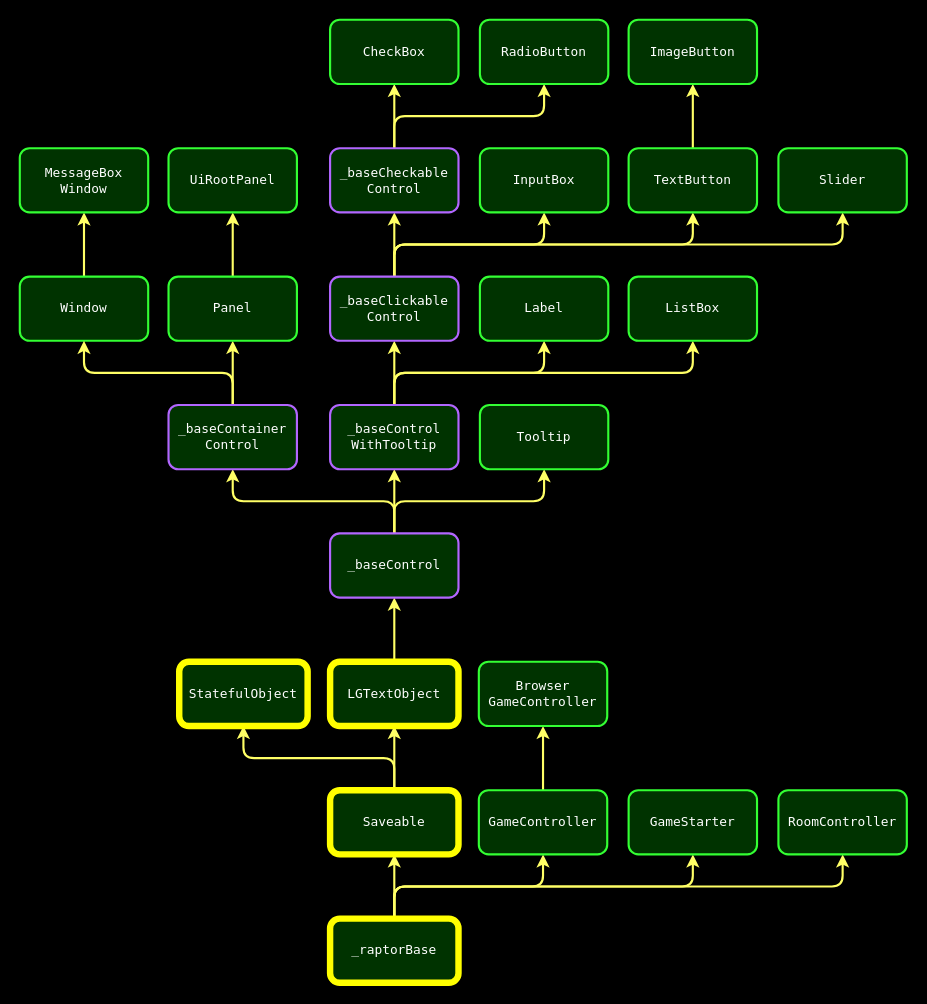
Earlier version of the draw.io diagram _assets_/documentation/raptor-objects.drawio (Grisgram/gml-raptor). Source tidied: cells renumbered, new cells numbered last; positions are measured from the earlier drawing's top-left corner, leaving out a move shared by most shapes. Both pictures are drawn from the tidied source at 107%, with x=0, y=0 at pixel (19, 19).
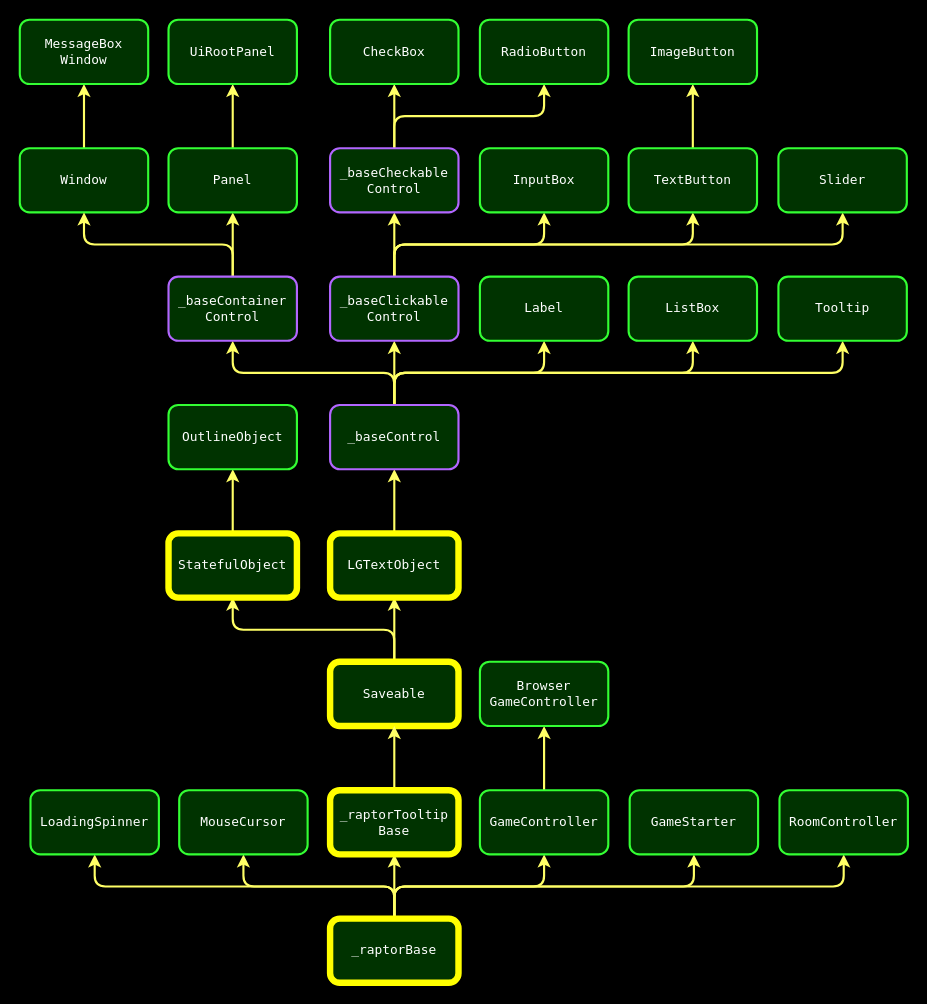
After the change.

Unchanged cells that the change refers to:
```xml
<mxCell id="6" value="&lt;font face=&quot;Lucida Console&quot;&gt;_raptorBase&lt;/font&gt;" style="rounded=1;whiteSpace=wrap;html=1;fillColor=#003300;strokeColor=#FFFF00;fontColor=#FFFFFF;strokeWidth=6;" parent="1" vertex="1">
  <mxGeometry x="290" y="840" width="120" height="60" as="geometry" />
</mxCell>
<mxCell id="33" value="&lt;font face=&quot;Lucida Console&quot;&gt;_baseClickable&lt;br&gt;Control&lt;br&gt;&lt;/font&gt;" style="rounded=1;whiteSpace=wrap;html=1;fillColor=#003300;strokeColor=#B266FF;fontColor=#FFFFFF;strokeWidth=2;" parent="1" vertex="1">
  <mxGeometry x="290" y="240" width="120" height="60" as="geometry" />
</mxCell>
<mxCell id="34" value="&lt;font face=&quot;Lucida Console&quot;&gt;Label&lt;br&gt;&lt;/font&gt;" style="rounded=1;whiteSpace=wrap;html=1;fillColor=#003300;strokeColor=#33FF33;fontColor=#FFFFFF;strokeWidth=2;" parent="1" vertex="1">
  <mxGeometry x="430" y="240" width="120" height="60" as="geometry" />
</mxCell>
<mxCell id="52" value="&lt;font face=&quot;Lucida Console&quot;&gt;ListBox&lt;br&gt;&lt;/font&gt;" style="rounded=1;whiteSpace=wrap;html=1;fillColor=#003300;strokeColor=#33FF33;fontColor=#FFFFFF;strokeWidth=2;" parent="1" vertex="1">
  <mxGeometry x="569" y="240" width="120" height="60" as="geometry" />
</mxCell>
```

Diff of the diagram source:
```diff
@@
-    <mxCell id="5" style="edgeStyle=orthogonalEdgeStyle;shape=connector;rounded=1;jettySize=auto;html=1;exitX=0.5;exitY=0;exitDx=0;exitDy=0;entryX=0.5;entryY=1;entryDx=0;entryDy=0;labelBackgroundColor=default;fontFamily=Helvetica;fontSize=12;fontColor=#FFFFFF;endArrow=classic;strokeColor=#FFFF66;strokeWidth=2;" parent="1" edge="1" source="6" target="10">
-      <mxGeometry relative="1" as="geometry" />
-    </mxCell>
+    <mxCell id="53" style="edgeStyle=orthogonalEdgeStyle;rounded=1;jettySize=auto;html=1;exitX=0.5;exitY=0;exitDx=0;exitDy=0;entryX=0.5;entryY=1;entryDx=0;entryDy=0;strokeColor=#FFFF66;strokeWidth=2;align=center;verticalAlign=middle;fontFamily=Helvetica;fontSize=12;fontColor=#FFFFFF;labelBackgroundColor=default;endArrow=classic;" parent="1" edge="1" source="6" target="61">
+      <mxGeometry relative="1" as="geometry" />
+    </mxCell>
+    <mxCell id="54" style="edgeStyle=orthogonalEdgeStyle;shape=connector;rounded=1;jettySize=auto;html=1;exitX=0.5;exitY=0;exitDx=0;exitDy=0;entryX=0.5;entryY=1;entryDx=0;entryDy=0;strokeColor=#FFFF66;strokeWidth=2;align=center;verticalAlign=middle;fontFamily=Helvetica;fontSize=12;fontColor=#FFFFFF;labelBackgroundColor=default;endArrow=classic;" parent="1" edge="1" source="6" target="62">
+      <mxGeometry relative="1" as="geometry" />
+    </mxCell>
+    <mxCell id="55" style="edgeStyle=orthogonalEdgeStyle;shape=connector;rounded=1;jettySize=auto;html=1;exitX=0.5;exitY=0;exitDx=0;exitDy=0;entryX=0.5;entryY=1;entryDx=0;entryDy=0;strokeColor=#FFFF66;strokeWidth=2;align=center;verticalAlign=middle;fontFamily=Helvetica;fontSize=12;fontColor=#FFFFFF;labelBackgroundColor=default;endArrow=classic;" parent="1" edge="1" source="6" target="63">
+      <mxGeometry relative="1" as="geometry" />
+    </mxCell>
@@
     <mxCell id="7" value="&lt;font face=&quot;Lucida Console&quot;&gt;GameStarter&lt;/font&gt;" style="rounded=1;whiteSpace=wrap;html=1;fillColor=#003300;strokeColor=#33FF33;fontColor=#FFFFFF;strokeWidth=2;" parent="1" vertex="1">
-      <mxGeometry x="569" y="720" width="120" height="60" as="geometry" />
+      <mxGeometry x="570" y="720" width="120" height="60" as="geometry" />
     </mxCell>
@@
     <mxCell id="10" value="&lt;font face=&quot;Lucida Console&quot;&gt;Saveable&lt;/font&gt;" style="rounded=1;whiteSpace=wrap;html=1;fillColor=#003300;strokeColor=#FFFF00;strokeWidth=6;fontColor=#FFFFFF;" parent="1" vertex="1">
-      <mxGeometry x="290" y="720" width="120" height="60" as="geometry" />
+      <mxGeometry x="290" y="600" width="120" height="60" as="geometry" />
     </mxCell>
     <mxCell id="11" value="&lt;font face=&quot;Lucida Console&quot;&gt;RoomController&lt;/font&gt;" style="rounded=1;whiteSpace=wrap;html=1;fillColor=#003300;strokeColor=#33FF33;fontColor=#FFFFFF;strokeWidth=2;" parent="1" vertex="1">
-      <mxGeometry x="709" y="720" width="120" height="60" as="geometry" />
+      <mxGeometry x="710" y="720" width="120" height="60" as="geometry" />
     </mxCell>
@@
     <mxCell id="13" value="&lt;font face=&quot;Lucida Console&quot;&gt;GameController&lt;/font&gt;" style="rounded=1;whiteSpace=wrap;html=1;fillColor=#003300;strokeColor=#33FF33;fontColor=#FFFFFF;strokeWidth=2;" parent="1" vertex="1">
-      <mxGeometry x="429" y="720" width="120" height="60" as="geometry" />
+      <mxGeometry x="430" y="720" width="120" height="60" as="geometry" />
     </mxCell>
     <mxCell id="14" value="&lt;font face=&quot;Lucida Console&quot;&gt;Browser&lt;br&gt;GameController&lt;/font&gt;" style="rounded=1;html=1;fillColor=#003300;strokeColor=#33FF33;fontColor=#FFFFFF;strokeWidth=2;whiteSpace=wrap;" parent="1" vertex="1">
-      <mxGeometry x="429" y="600" width="120" height="60" as="geometry" />
+      <mxGeometry x="430" y="600" width="120" height="60" as="geometry" />
     </mxCell>
@@
     <mxCell id="16" value="&lt;font face=&quot;Lucida Console&quot;&gt;LGTextObject&lt;/font&gt;" style="rounded=1;whiteSpace=wrap;html=1;fillColor=#003300;strokeColor=#FFFF00;fontColor=#FFFFFF;strokeWidth=6;" parent="1" vertex="1">
-      <mxGeometry x="290" y="600" width="120" height="60" as="geometry" />
+      <mxGeometry x="290" y="480" width="120" height="60" as="geometry" />
     </mxCell>
-    <mxCell id="17" style="edgeStyle=orthogonalEdgeStyle;shape=connector;rounded=1;jettySize=auto;html=1;labelBackgroundColor=default;fontFamily=Helvetica;fontSize=12;fontColor=#FFFFFF;endArrow=classic;strokeColor=#FFFF66;strokeWidth=2;exitX=0.5;exitY=0;exitDx=0;exitDy=0;" parent="1" edge="1" source="20" target="24">
-      <mxGeometry relative="1" as="geometry" />
-    </mxCell>
@@
+    <mxCell id="56" style="edgeStyle=orthogonalEdgeStyle;shape=connector;rounded=1;jettySize=auto;html=1;exitX=0.5;exitY=0;exitDx=0;exitDy=0;entryX=0.5;entryY=1;entryDx=0;entryDy=0;strokeColor=#FFFF66;strokeWidth=2;align=center;verticalAlign=middle;fontFamily=Helvetica;fontSize=12;fontColor=#FFFFFF;labelBackgroundColor=default;endArrow=classic;" parent="1" edge="1" source="20" target="33">
+      <mxGeometry relative="1" as="geometry" />
+    </mxCell>
+    <mxCell id="57" style="edgeStyle=orthogonalEdgeStyle;shape=connector;rounded=1;jettySize=auto;html=1;exitX=0.5;exitY=0;exitDx=0;exitDy=0;entryX=0.5;entryY=1;entryDx=0;entryDy=0;strokeColor=#FFFF66;strokeWidth=2;align=center;verticalAlign=middle;fontFamily=Helvetica;fontSize=12;fontColor=#FFFFFF;labelBackgroundColor=default;endArrow=classic;" parent="1" edge="1" source="20" target="34">
+      <mxGeometry relative="1" as="geometry" />
+    </mxCell>
+    <mxCell id="58" style="edgeStyle=orthogonalEdgeStyle;shape=connector;rounded=1;jettySize=auto;html=1;exitX=0.5;exitY=0;exitDx=0;exitDy=0;entryX=0.5;entryY=1;entryDx=0;entryDy=0;strokeColor=#FFFF66;strokeWidth=2;align=center;verticalAlign=middle;fontFamily=Helvetica;fontSize=12;fontColor=#FFFFFF;labelBackgroundColor=default;endArrow=classic;" parent="1" edge="1" source="20" target="52">
+      <mxGeometry relative="1" as="geometry" />
+    </mxCell>
     <mxCell id="20" value="&lt;font face=&quot;Lucida Console&quot;&gt;_baseControl&lt;/font&gt;" style="rounded=1;whiteSpace=wrap;html=1;fillColor=#003300;strokeColor=#B266FF;fontColor=#FFFFFF;strokeWidth=2;" parent="1" vertex="1">
-      <mxGeometry x="290" y="480" width="120" height="60" as="geometry" />
+      <mxGeometry x="290" y="360" width="120" height="60" as="geometry" />
     </mxCell>
-    <mxCell id="21" style="edgeStyle=orthogonalEdgeStyle;shape=connector;rounded=1;jettySize=auto;html=1;labelBackgroundColor=default;fontFamily=Helvetica;fontSize=12;fontColor=#FFFFFF;endArrow=classic;strokeColor=#FFFF66;strokeWidth=2;exitX=0.5;exitY=0;exitDx=0;exitDy=0;" parent="1" edge="1" source="24" target="33">
-      <mxGeometry relative="1" as="geometry" />
-    </mxCell>
-    <mxCell id="22" style="edgeStyle=orthogonalEdgeStyle;shape=connector;rounded=1;jettySize=auto;html=1;exitX=0.5;exitY=0;exitDx=0;exitDy=0;entryX=0.5;entryY=1;entryDx=0;entryDy=0;labelBackgroundColor=default;fontFamily=Helvetica;fontSize=12;fontColor=#FFFFFF;endArrow=classic;strokeColor=#FFFF66;strokeWidth=2;" parent="1" edge="1" source="24" target="34">
-      <mxGeometry relative="1" as="geometry" />
-    </mxCell>
-    <mxCell id="23" style="edgeStyle=orthogonalEdgeStyle;rounded=1;jettySize=auto;html=1;exitX=0.5;exitY=0;exitDx=0;exitDy=0;entryX=0.5;entryY=1;entryDx=0;entryDy=0;strokeColor=#FFFF66;strokeWidth=2;align=center;verticalAlign=middle;fontFamily=Helvetica;fontSize=12;fontColor=#FFFFFF;labelBackgroundColor=default;endArrow=classic;" parent="1" edge="1" source="24" target="52">
-      <mxGeometry relative="1" as="geometry" />
-    </mxCell>
-    <mxCell id="24" value="&lt;font face=&quot;Lucida Console&quot;&gt;_baseControl&lt;br&gt;WithTooltip&lt;br&gt;&lt;/font&gt;" style="rounded=1;whiteSpace=wrap;html=1;fillColor=#003300;strokeColor=#B266FF;fontColor=#FFFFFF;strokeWidth=2;" parent="1" vertex="1">
-      <mxGeometry x="290" y="360" width="120" height="60" as="geometry" />
-    </mxCell>
     <mxCell id="25" value="&lt;font face=&quot;Lucida Console&quot;&gt;Tooltip&lt;/font&gt;" style="rounded=1;whiteSpace=wrap;html=1;fillColor=#003300;strokeColor=#33FF33;fontColor=#FFFFFF;strokeWidth=2;" parent="1" vertex="1">
-      <mxGeometry x="430" y="360" width="120" height="60" as="geometry" />
+      <mxGeometry x="709" y="240" width="120" height="60" as="geometry" />
     </mxCell>
@@
     <mxCell id="27" value="&lt;font face=&quot;Lucida Console&quot;&gt;Window&lt;/font&gt;" style="rounded=1;whiteSpace=wrap;html=1;fillColor=#003300;strokeColor=#33FF33;fontColor=#FFFFFF;strokeWidth=2;" parent="1" vertex="1">
-      <mxGeometry y="240" width="120" height="60" as="geometry" />
+      <mxGeometry y="120" width="120" height="60" as="geometry" />
     </mxCell>
     <mxCell id="28" value="&lt;font face=&quot;Lucida Console&quot;&gt;MessageBox&lt;br&gt;Window&lt;/font&gt;" style="rounded=1;whiteSpace=wrap;html=1;fillColor=#003300;strokeColor=#33FF33;fontColor=#FFFFFF;strokeWidth=2;" parent="1" vertex="1">
-      <mxGeometry y="120" width="120" height="60" as="geometry" />
+      <mxGeometry width="120" height="60" as="geometry" />
     </mxCell>
@@
+    <mxCell id="59" style="edgeStyle=orthogonalEdgeStyle;shape=connector;rounded=1;jettySize=auto;html=1;exitX=0.5;exitY=0;exitDx=0;exitDy=0;entryX=0.5;entryY=1;entryDx=0;entryDy=0;strokeColor=#FFFF66;strokeWidth=2;align=center;verticalAlign=middle;fontFamily=Helvetica;fontSize=12;fontColor=#FFFFFF;labelBackgroundColor=default;endArrow=classic;" parent="1" edge="1" source="39" target="64">
+      <mxGeometry relative="1" as="geometry" />
+    </mxCell>
     <mxCell id="39" value="&lt;font face=&quot;Lucida Console&quot;&gt;StatefulObject&lt;/font&gt;" style="rounded=1;whiteSpace=wrap;html=1;fillColor=#003300;strokeColor=#FFFF00;fontColor=#FFFFFF;strokeWidth=6;" parent="1" vertex="1">
-      <mxGeometry x="149" y="600" width="120" height="60" as="geometry" />
+      <mxGeometry x="139" y="480" width="120" height="60" as="geometry" />
     </mxCell>
@@
     <mxCell id="47" value="&lt;font face=&quot;Lucida Console&quot;&gt;_baseContainer&lt;br&gt;Control&lt;/font&gt;" style="rounded=1;whiteSpace=wrap;html=1;fillColor=#003300;strokeColor=#B266FF;fontColor=#FFFFFF;strokeWidth=2;" parent="1" vertex="1">
-      <mxGeometry x="139" y="360" width="120" height="60" as="geometry" />
+      <mxGeometry x="139" y="240" width="120" height="60" as="geometry" />
     </mxCell>
@@
     <mxCell id="49" value="&lt;font face=&quot;Lucida Console&quot;&gt;Panel&lt;/font&gt;" style="rounded=1;whiteSpace=wrap;html=1;fillColor=#003300;strokeColor=#33FF33;fontColor=#FFFFFF;strokeWidth=2;" parent="1" vertex="1">
-      <mxGeometry x="139" y="240" width="120" height="60" as="geometry" />
+      <mxGeometry x="139" y="120" width="120" height="60" as="geometry" />
     </mxCell>
     <mxCell id="50" value="&lt;font face=&quot;Lucida Console&quot;&gt;UiRootPanel&lt;/font&gt;" style="rounded=1;whiteSpace=wrap;html=1;fillColor=#003300;strokeColor=#33FF33;fontColor=#FFFFFF;strokeWidth=2;" parent="1" vertex="1">
-      <mxGeometry x="139" y="120" width="120" height="60" as="geometry" />
+      <mxGeometry x="139" width="120" height="60" as="geometry" />
     </mxCell>
@@
+    <mxCell id="60" style="edgeStyle=orthogonalEdgeStyle;shape=connector;rounded=1;jettySize=auto;html=1;exitX=0.5;exitY=0;exitDx=0;exitDy=0;entryX=0.5;entryY=1;entryDx=0;entryDy=0;strokeColor=#FFFF66;strokeWidth=2;align=center;verticalAlign=middle;fontFamily=Helvetica;fontSize=12;fontColor=#FFFFFF;labelBackgroundColor=default;endArrow=classic;" parent="1" edge="1" source="61" target="10">
+      <mxGeometry relative="1" as="geometry" />
+    </mxCell>
+    <mxCell id="61" value="&lt;font face=&quot;Lucida Console&quot;&gt;_raptorTooltip&lt;br&gt;Base&lt;/font&gt;" style="rounded=1;whiteSpace=wrap;html=1;fillColor=#003300;strokeColor=#FFFF00;fontColor=#FFFFFF;strokeWidth=6;" parent="1" vertex="1">
+      <mxGeometry x="290" y="720" width="120" height="60" as="geometry" />
+    </mxCell>
+    <mxCell id="62" value="&lt;font face=&quot;Lucida Console&quot;&gt;MouseCursor&lt;/font&gt;" style="rounded=1;whiteSpace=wrap;html=1;fillColor=#003300;strokeColor=#33FF33;fontColor=#FFFFFF;strokeWidth=2;" parent="1" vertex="1">
+      <mxGeometry x="149" y="720" width="120" height="60" as="geometry" />
+    </mxCell>
+    <mxCell id="63" value="&lt;font face=&quot;Lucida Console&quot;&gt;LoadingSpinner&lt;/font&gt;" style="rounded=1;whiteSpace=wrap;html=1;fillColor=#003300;strokeColor=#33FF33;fontColor=#FFFFFF;strokeWidth=2;" parent="1" vertex="1">
+      <mxGeometry x="10" y="720" width="120" height="60" as="geometry" />
+    </mxCell>
+    <mxCell id="64" value="&lt;font face=&quot;Lucida Console&quot;&gt;OutlineObject&lt;/font&gt;" style="rounded=1;whiteSpace=wrap;html=1;fillColor=#003300;strokeColor=#33FF33;fontColor=#FFFFFF;strokeWidth=2;" parent="1" vertex="1">
+      <mxGeometry x="139" y="360" width="120" height="60" as="geometry" />
+    </mxCell>
```
